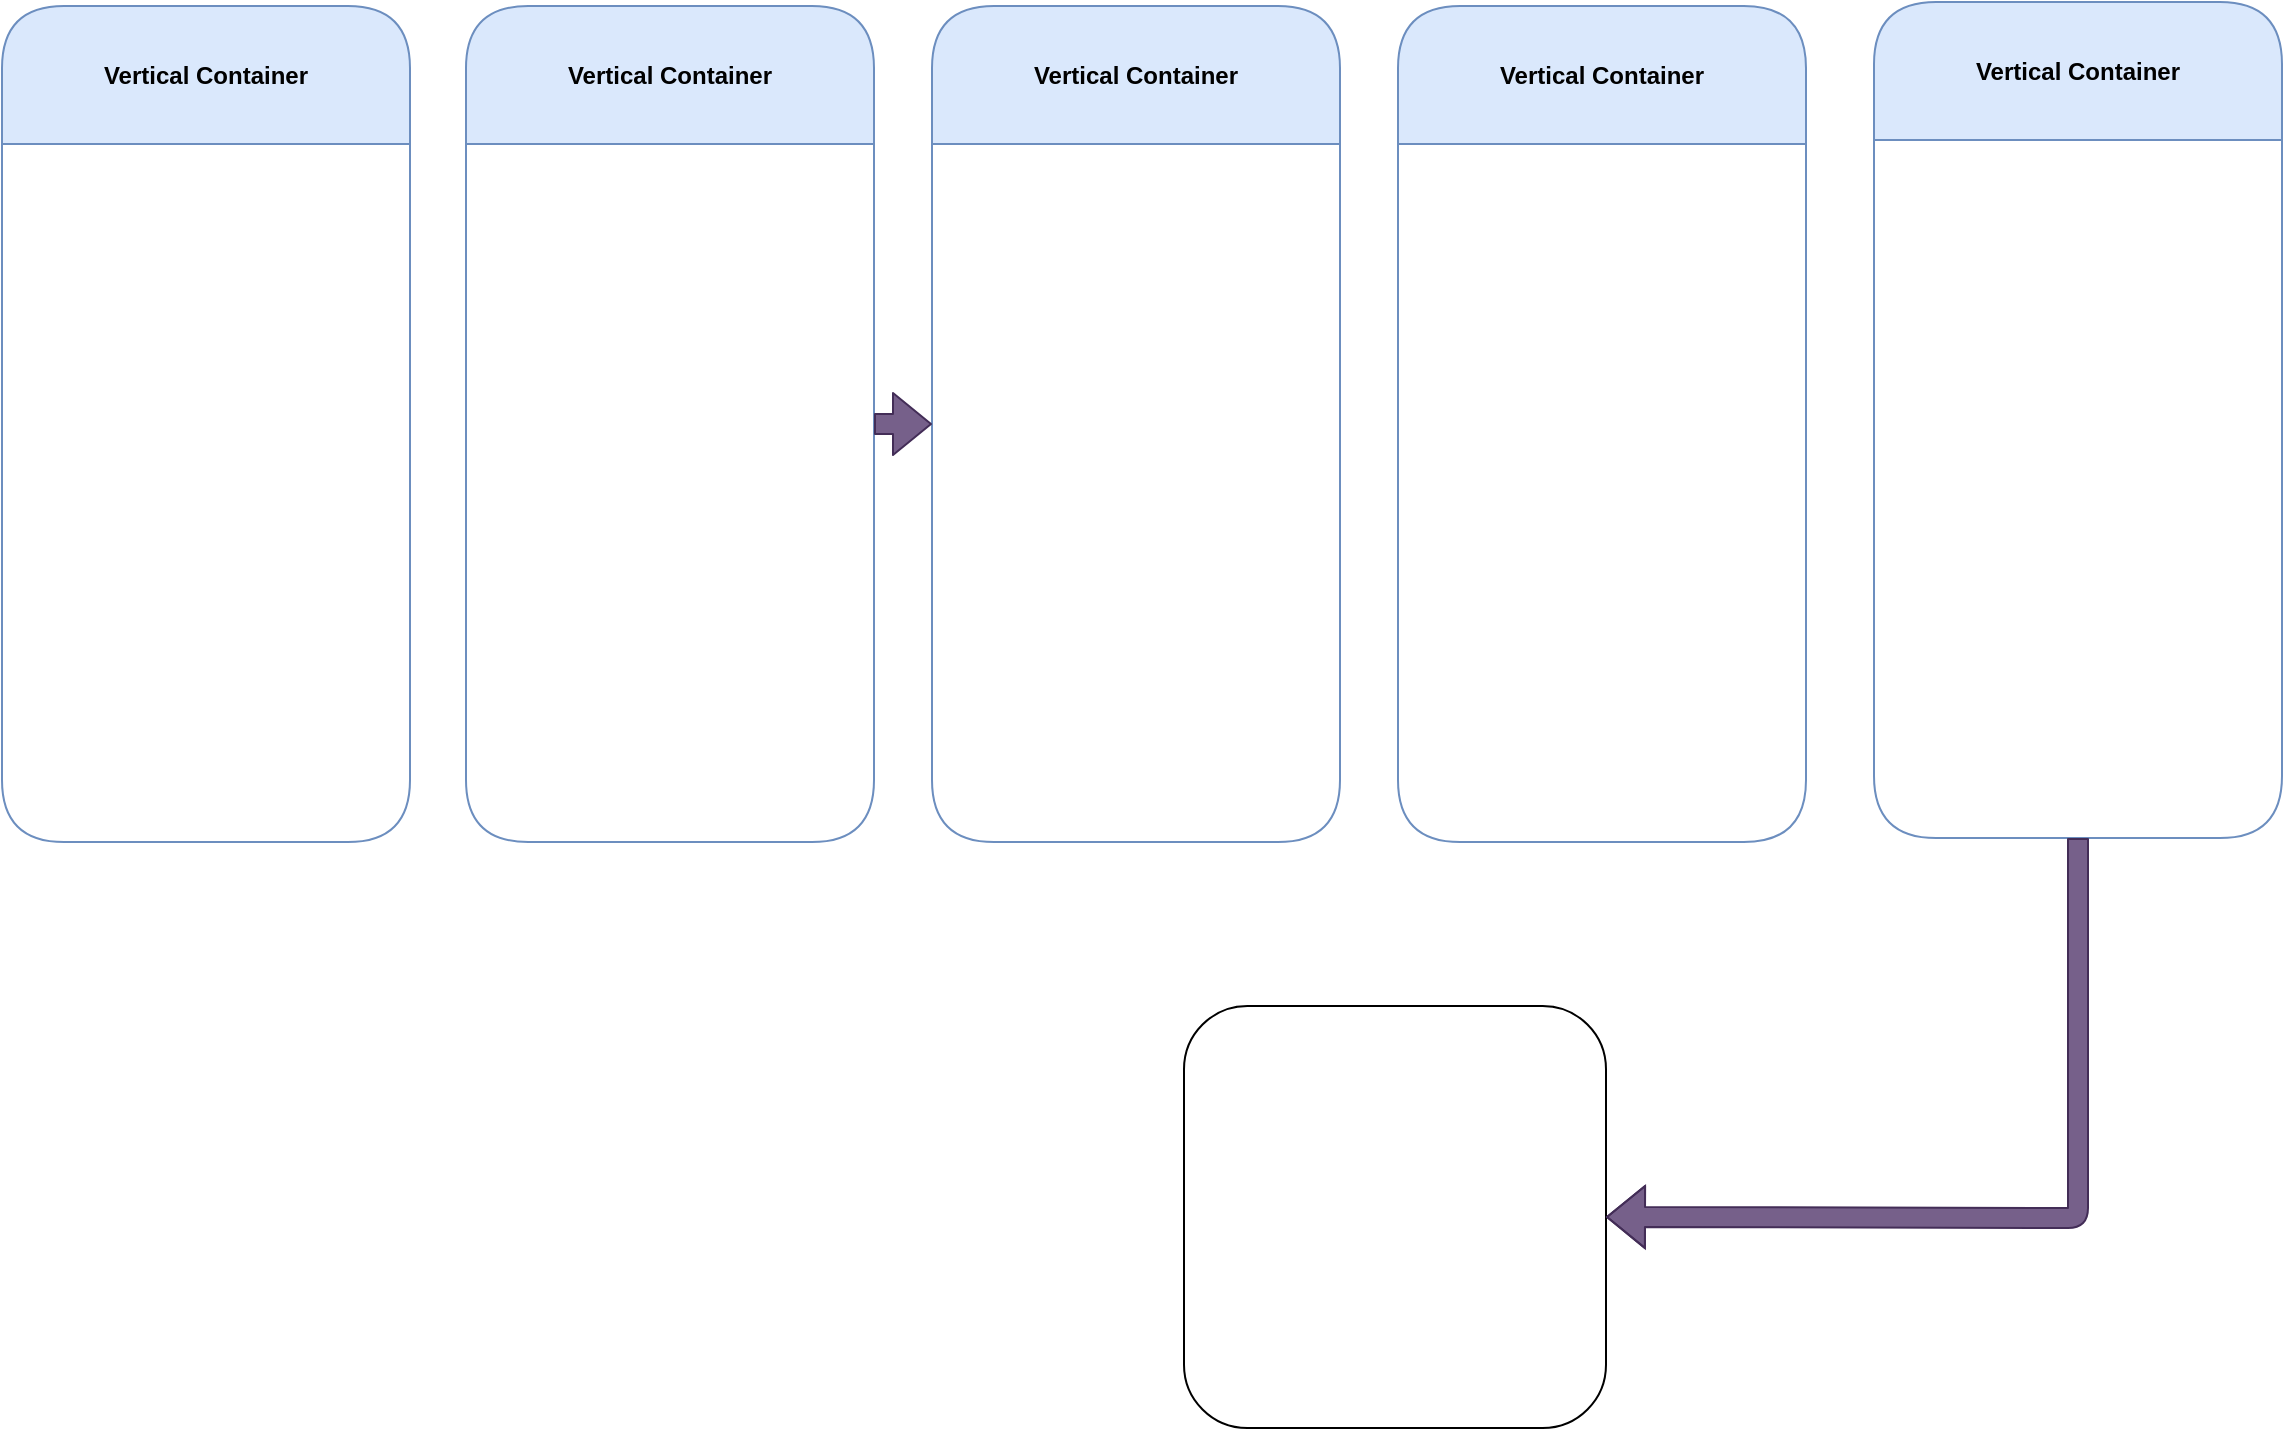
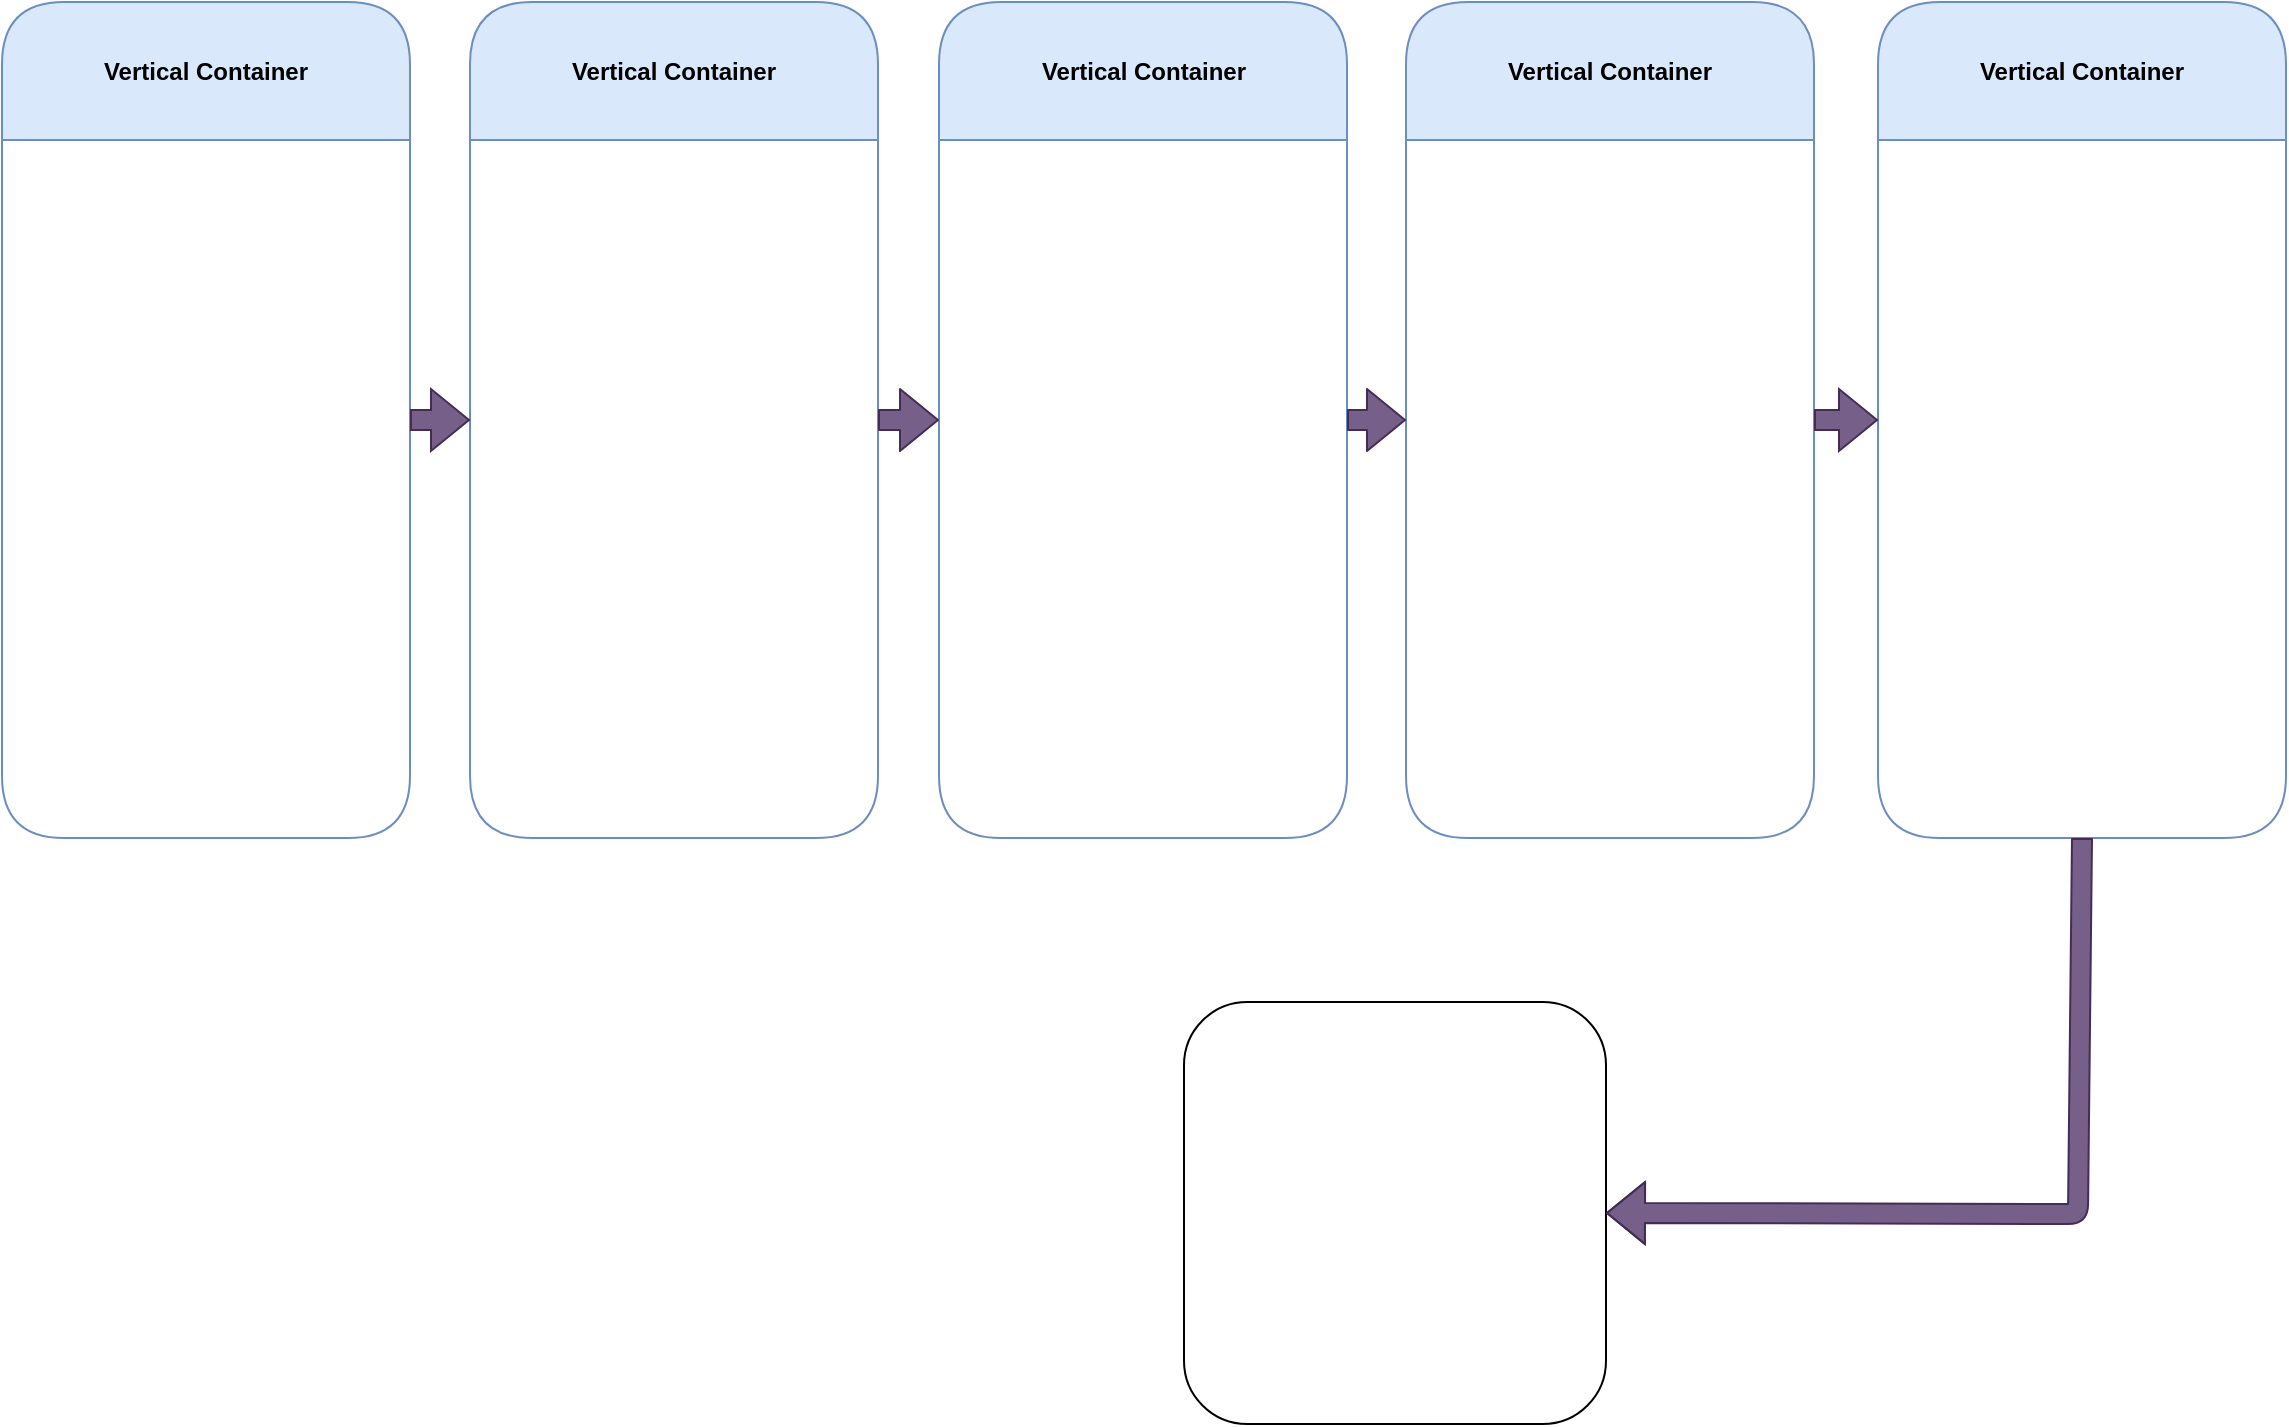
<mxfile host="app.diagrams.net">
  <diagram name="Page-1" id="8kyjSIY6fsYWo43MdOdE">
    <mxGraphModel dx="1406" dy="814" grid="0" gridSize="10" guides="1" tooltips="1" connect="1" arrows="1" fold="1" page="1" pageScale="1" pageWidth="1181" pageHeight="827" background="none" math="0" shadow="0">
      <root>
        <mxCell id="0" />
        <mxCell id="1" parent="0" />
        <mxCell id="yPxf8Ypyw46N0n0ri4En-1" parent="1" style="swimlane;whiteSpace=wrap;html=1;swimlaneFillColor=none;rounded=1;startSize=69;strokeColor=#6c8ebf;fillColor=#dae8fc;" value="Vertical Container" vertex="1">
          <mxGeometry height="418" width="204" x="20" y="29" as="geometry" />
        </mxCell>
        <mxCell id="yPxf8Ypyw46N0n0ri4En-4" parent="1" style="swimlane;whiteSpace=wrap;html=1;swimlaneFillColor=none;rounded=1;startSize=69;strokeColor=#6c8ebf;fillColor=#dae8fc;" value="Vertical Container" vertex="1">
-           <mxGeometry height="418" width="204" x="252" y="29" as="geometry" />
+           <mxGeometry height="418" width="204" x="254" y="29" as="geometry" />
        </mxCell>
        <mxCell id="yPxf8Ypyw46N0n0ri4En-5" parent="1" style="swimlane;whiteSpace=wrap;html=1;swimlaneFillColor=none;rounded=1;startSize=69;strokeColor=#6c8ebf;fillColor=#dae8fc;" value="Vertical Container" vertex="1">
-           <mxGeometry height="418" width="204" x="485" y="29" as="geometry" />
+           <mxGeometry height="418" width="204" x="488.5" y="29" as="geometry" />
        </mxCell>
        <mxCell id="yPxf8Ypyw46N0n0ri4En-6" parent="1" style="swimlane;whiteSpace=wrap;html=1;swimlaneFillColor=none;rounded=1;startSize=69;strokeColor=#6c8ebf;fillColor=#dae8fc;" value="Vertical Container" vertex="1">
-           <mxGeometry height="418" width="204" x="718" y="29" as="geometry" />
+           <mxGeometry height="418" width="204" x="722" y="29" as="geometry" />
        </mxCell>
        <mxCell id="yPxf8Ypyw46N0n0ri4En-7" parent="1" style="swimlane;whiteSpace=wrap;html=1;swimlaneFillColor=none;rounded=1;startSize=69;strokeColor=#6c8ebf;fillColor=#dae8fc;" value="Vertical Container" vertex="1">
-           <mxGeometry height="418" width="204" x="956" y="27" as="geometry" />
+           <mxGeometry height="418" width="204" x="958" y="29" as="geometry" />
        </mxCell>
        <mxCell id="yPxf8Ypyw46N0n0ri4En-8" parent="1" style="whiteSpace=wrap;html=1;aspect=fixed;rounded=1;strokeWidth=1;" value="" vertex="1">
          <mxGeometry height="211" width="211" x="611" y="529" as="geometry" />
        </mxCell>
        <mxCell id="yPxf8Ypyw46N0n0ri4En-9" edge="1" parent="1" source="yPxf8Ypyw46N0n0ri4En-7" style="endArrow=classic;html=1;rounded=1;exitX=0.5;exitY=1;exitDx=0;exitDy=0;entryX=1;entryY=0.5;entryDx=0;entryDy=0;shape=flexArrow;strokeWidth=1;strokeColor=#432D57;fillColor=#76608a;" target="yPxf8Ypyw46N0n0ri4En-8" value="">
          <mxGeometry height="50" relative="1" width="50" as="geometry">
            <Array as="points">
              <mxPoint x="1058" y="635" />
            </Array>
            <mxPoint x="567" y="544" as="sourcePoint" />
            <mxPoint x="617" y="494" as="targetPoint" />
          </mxGeometry>
        </mxCell>
        <mxCell id="yPxf8Ypyw46N0n0ri4En-10" edge="1" parent="1" source="yPxf8Ypyw46N0n0ri4En-4" style="endArrow=classic;html=1;rounded=1;exitX=1;exitY=0.5;exitDx=0;exitDy=0;entryX=0;entryY=0.5;entryDx=0;entryDy=0;shape=flexArrow;fillColor=#76608a;strokeColor=#432D57;" target="yPxf8Ypyw46N0n0ri4En-5" value="">
          <mxGeometry height="50" relative="1" width="50" as="geometry">
            <mxPoint x="567" y="444" as="sourcePoint" />
            <mxPoint x="617" y="394" as="targetPoint" />
          </mxGeometry>
        </mxCell>
+         <mxCell id="9OX9V2n5WXdKuxMzRrJa-1" edge="1" parent="1" source="yPxf8Ypyw46N0n0ri4En-5" style="endArrow=classic;html=1;rounded=1;exitX=1;exitY=0.5;exitDx=0;exitDy=0;entryX=0;entryY=0.5;entryDx=0;entryDy=0;shape=flexArrow;fillColor=#76608a;strokeColor=#432D57;" target="yPxf8Ypyw46N0n0ri4En-6" value="">
+           <mxGeometry height="50" relative="1" width="50" as="geometry">
+             <mxPoint x="565" y="444" as="sourcePoint" />
+             <mxPoint x="615" y="394" as="targetPoint" />
+           </mxGeometry>
+         </mxCell>
+         <mxCell id="9OX9V2n5WXdKuxMzRrJa-2" edge="1" parent="1" source="yPxf8Ypyw46N0n0ri4En-6" style="endArrow=classic;html=1;rounded=0;exitX=1;exitY=0.5;exitDx=0;exitDy=0;entryX=0;entryY=0.5;entryDx=0;entryDy=0;shape=flexArrow;fillColor=#76608a;strokeColor=#432D57;" target="yPxf8Ypyw46N0n0ri4En-7" value="">
+           <mxGeometry height="50" relative="1" width="50" as="geometry">
+             <mxPoint x="565" y="444" as="sourcePoint" />
+             <mxPoint x="615" y="394" as="targetPoint" />
+           </mxGeometry>
+         </mxCell>
+         <mxCell id="9OX9V2n5WXdKuxMzRrJa-3" edge="1" parent="1" source="yPxf8Ypyw46N0n0ri4En-1" style="endArrow=classic;html=1;rounded=0;exitX=1;exitY=0.5;exitDx=0;exitDy=0;entryX=0;entryY=0.5;entryDx=0;entryDy=0;shape=flexArrow;fillColor=#76608a;strokeColor=#432D57;" target="yPxf8Ypyw46N0n0ri4En-4" value="">
+           <mxGeometry height="50" relative="1" width="50" as="geometry">
+             <mxPoint x="565" y="444" as="sourcePoint" />
+             <mxPoint x="615" y="394" as="targetPoint" />
+           </mxGeometry>
+         </mxCell>
      </root>
    </mxGraphModel>
  </diagram>
</mxfile>
